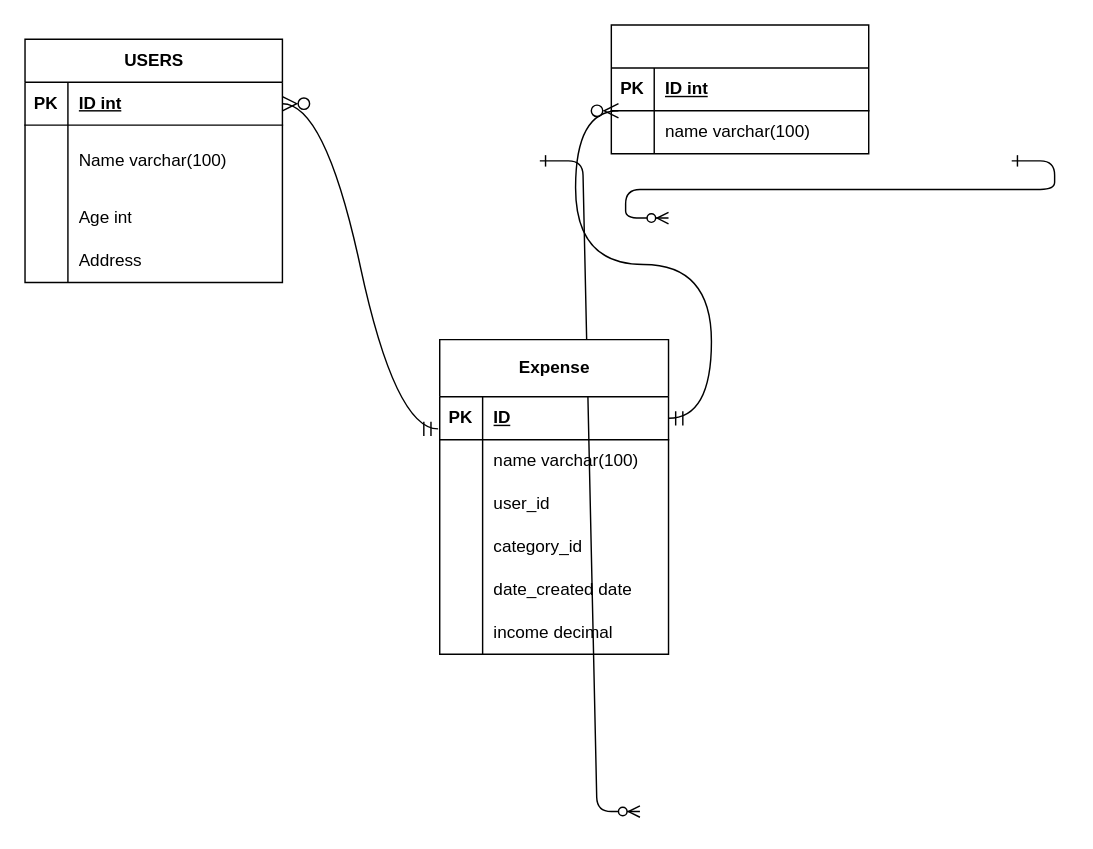
The draw.io diagram test.drawio in waweruedwin8/power_learn_project_scholaship, before the edit. Source tidied: cells renumbered, new cells numbered last; positions are measured from the earlier drawing's top-left corner, leaving out a move shared by most shapes. Both pictures are drawn from the tidied source at 143%, with x=0, y=0 at pixel (24, 24).
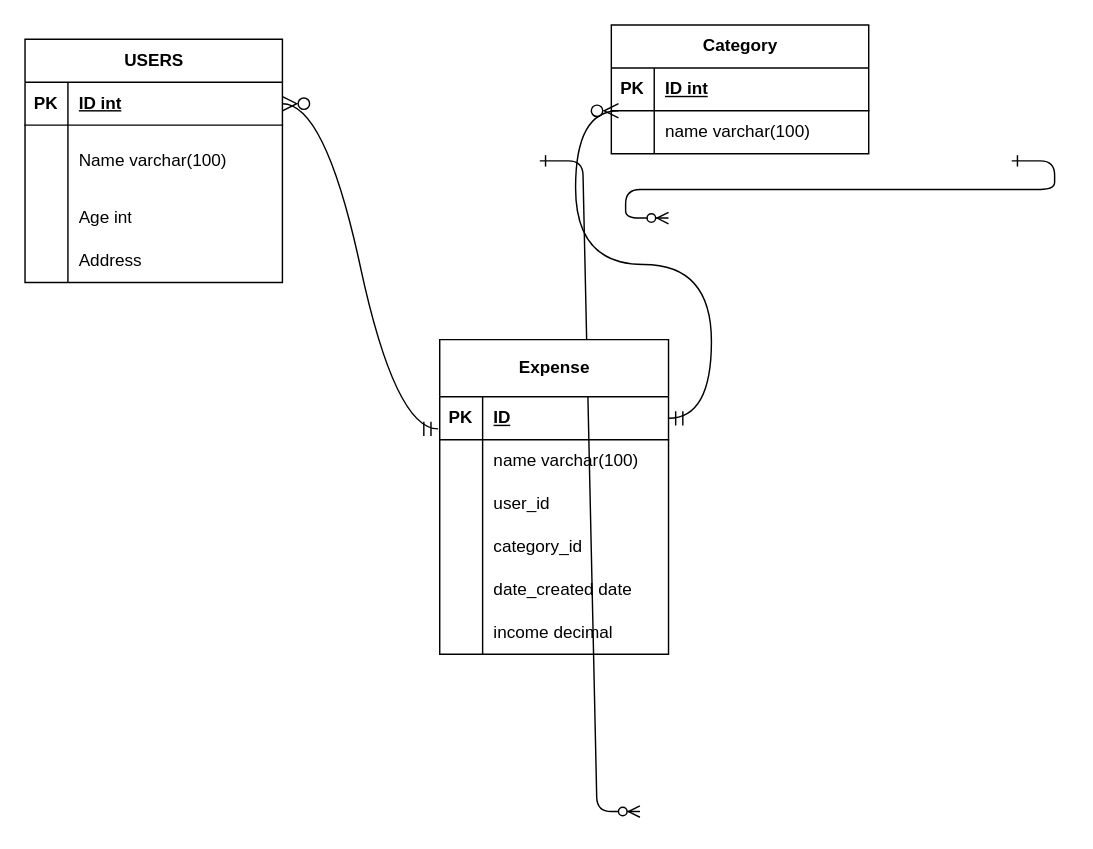
The same page after the edit.

What changed in the source:
```diff
@@
-    <mxCell id="17" style="shape=table;startSize=30;childLayout=tableLayout;rowLines=0;fontStyle=1;align=center;html=1;" parent="1" vertex="1">
+    <mxCell id="17" value="Category" style="shape=table;startSize=30;childLayout=tableLayout;rowLines=0;fontStyle=1;align=center;html=1;" parent="1" vertex="1">
       <mxGeometry x="410" width="180" height="90" as="geometry" />
     </mxCell>
```
